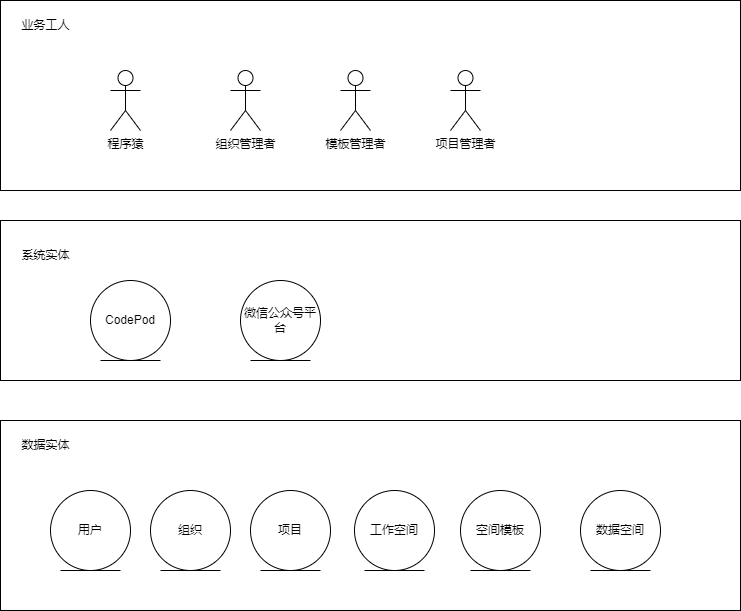
The draw.io diagram business/_media/entity/业务实体.png in codepodspace/docs, before a commit. Source tidied: cells renumbered, new cells last; positions are measured from the earlier drawing's top-left corner, leaving out a move shared by most shapes. Its diagram source:
```xml
<mxGraphModel>
  <root>
    <mxCell id="0" />
    <mxCell id="1" parent="0" />
    <mxCell id="2" style="rounded=0;whiteSpace=wrap;html=1;" parent="1" vertex="1">
      <mxGeometry y="420" width="740" height="190" as="geometry" />
    </mxCell>
    <mxCell id="3" style="rounded=0;whiteSpace=wrap;html=1;" parent="1" vertex="1">
      <mxGeometry width="740" height="190" as="geometry" />
    </mxCell>
    <mxCell id="4" value="程序猿" style="shape=umlActor;verticalLabelPosition=bottom;verticalAlign=top;html=1;" parent="1" vertex="1">
      <mxGeometry x="110" y="70" width="30" height="60" as="geometry" />
    </mxCell>
    <mxCell id="5" value="组织管理者" style="shape=umlActor;verticalLabelPosition=bottom;verticalAlign=top;html=1;" parent="1" vertex="1">
      <mxGeometry x="230" y="70" width="30" height="60" as="geometry" />
    </mxCell>
    <mxCell id="6" value="模板管理者" style="shape=umlActor;verticalLabelPosition=bottom;verticalAlign=top;html=1;" parent="1" vertex="1">
      <mxGeometry x="340" y="70" width="30" height="60" as="geometry" />
    </mxCell>
    <mxCell id="7" value="项目管理者" style="shape=umlActor;verticalLabelPosition=bottom;verticalAlign=top;html=1;" parent="1" vertex="1">
      <mxGeometry x="450" y="70" width="30" height="60" as="geometry" />
    </mxCell>
    <mxCell id="8" value="用户" style="ellipse;shape=umlEntity;whiteSpace=wrap;html=1;" parent="1" vertex="1">
      <mxGeometry x="50" y="490" width="80" height="80" as="geometry" />
    </mxCell>
    <mxCell id="9" value="组织" style="ellipse;shape=umlEntity;whiteSpace=wrap;html=1;" parent="1" vertex="1">
      <mxGeometry x="150" y="490" width="80" height="80" as="geometry" />
    </mxCell>
    <mxCell id="10" value="工作空间" style="ellipse;shape=umlEntity;whiteSpace=wrap;html=1;" parent="1" vertex="1">
      <mxGeometry x="354" y="490" width="80" height="80" as="geometry" />
    </mxCell>
    <mxCell id="11" value="项目" style="ellipse;shape=umlEntity;whiteSpace=wrap;html=1;" parent="1" vertex="1">
      <mxGeometry x="250" y="490" width="80" height="80" as="geometry" />
    </mxCell>
    <mxCell id="12" value="空间模板" style="ellipse;shape=umlEntity;whiteSpace=wrap;html=1;" parent="1" vertex="1">
      <mxGeometry x="460" y="490" width="80" height="80" as="geometry" />
    </mxCell>
    <mxCell id="13" value="数据空间" style="ellipse;shape=umlEntity;whiteSpace=wrap;html=1;" parent="1" vertex="1">
      <mxGeometry x="580" y="490" width="80" height="80" as="geometry" />
    </mxCell>
    <mxCell id="14" value="业务工人" style="text;html=1;align=center;verticalAlign=middle;strokeColor=none;fillColor=none;" parent="1" vertex="1">
      <mxGeometry x="10" y="10" width="70" height="30" as="geometry" />
    </mxCell>
    <mxCell id="15" style="rounded=0;whiteSpace=wrap;html=1;" parent="1" vertex="1">
      <mxGeometry y="220" width="740" height="160" as="geometry" />
    </mxCell>
    <mxCell id="16" value="系统实体" style="text;html=1;align=center;verticalAlign=middle;strokeColor=none;fillColor=none;" parent="1" vertex="1">
      <mxGeometry x="10" y="240" width="70" height="30" as="geometry" />
    </mxCell>
    <mxCell id="17" value="CodePod" style="ellipse;shape=umlEntity;whiteSpace=wrap;html=1;" parent="1" vertex="1">
      <mxGeometry x="90" y="280" width="80" height="80" as="geometry" />
    </mxCell>
    <mxCell id="18" value="数据实体" style="text;html=1;align=center;verticalAlign=middle;strokeColor=none;fillColor=none;" parent="1" vertex="1">
      <mxGeometry x="10" y="430" width="70" height="30" as="geometry" />
    </mxCell>
    <mxCell id="19" value="微信公众号平台" style="ellipse;shape=umlEntity;whiteSpace=wrap;html=1;" parent="1" vertex="1">
      <mxGeometry x="240" y="280" width="80" height="80" as="geometry" />
    </mxCell>
  </root>
</mxGraphModel>
```
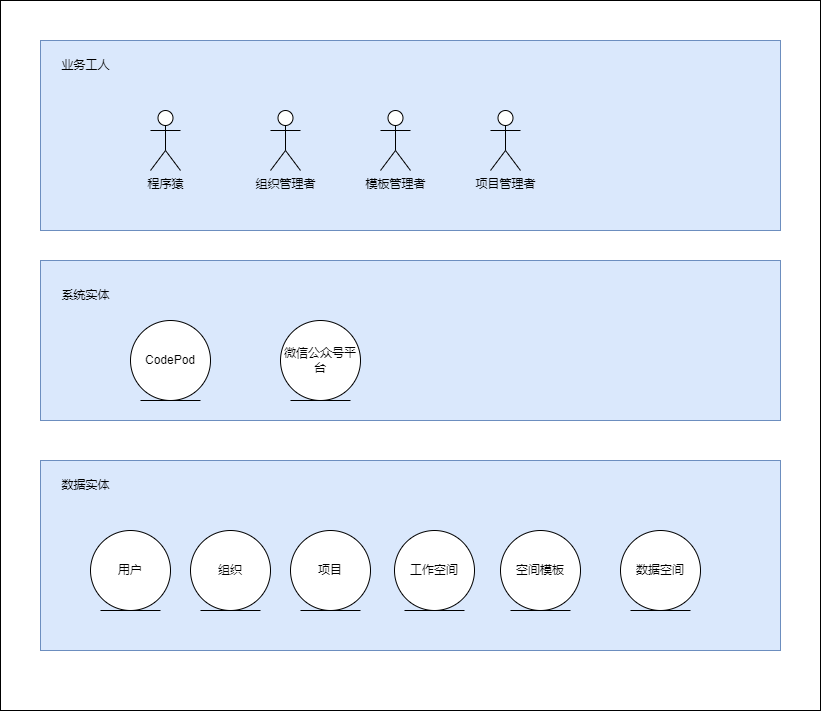
After the commit.

The edit, as a diff of the source:
```diff
@@ -2,10 +2,13 @@
   <root>
     <mxCell id="0" />
     <mxCell id="1" parent="0" />
+    <mxCell id="20" style="rounded=0;whiteSpace=wrap;html=1;" parent="1" vertex="1">
+      <mxGeometry x="-40" y="-40" width="820" height="710" as="geometry" />
+    </mxCell>
-    <mxCell id="2" style="rounded=0;whiteSpace=wrap;html=1;" parent="1" vertex="1">
+    <mxCell id="2" style="rounded=0;whiteSpace=wrap;html=1;fillColor=#dae8fc;strokeColor=#6c8ebf;" parent="1" vertex="1">
       <mxGeometry y="420" width="740" height="190" as="geometry" />
     </mxCell>
-    <mxCell id="3" style="rounded=0;whiteSpace=wrap;html=1;" parent="1" vertex="1">
+    <mxCell id="3" style="rounded=0;whiteSpace=wrap;html=1;fillColor=#dae8fc;strokeColor=#6c8ebf;" parent="1" vertex="1">
       <mxGeometry width="740" height="190" as="geometry" />
     </mxCell>
     <mxCell id="4" value="程序猿" style="shape=umlActor;verticalLabelPosition=bottom;verticalAlign=top;html=1;" parent="1" vertex="1">
@@ -41,7 +44,7 @@
     <mxCell id="14" value="业务工人" style="text;html=1;align=center;verticalAlign=middle;strokeColor=none;fillColor=none;" parent="1" vertex="1">
       <mxGeometry x="10" y="10" width="70" height="30" as="geometry" />
     </mxCell>
-    <mxCell id="15" style="rounded=0;whiteSpace=wrap;html=1;" parent="1" vertex="1">
+    <mxCell id="15" style="rounded=0;whiteSpace=wrap;html=1;fillColor=#dae8fc;strokeColor=#6c8ebf;" parent="1" vertex="1">
       <mxGeometry y="220" width="740" height="160" as="geometry" />
     </mxCell>
     <mxCell id="16" value="系统实体" style="text;html=1;align=center;verticalAlign=middle;strokeColor=none;fillColor=none;" parent="1" vertex="1">
```
